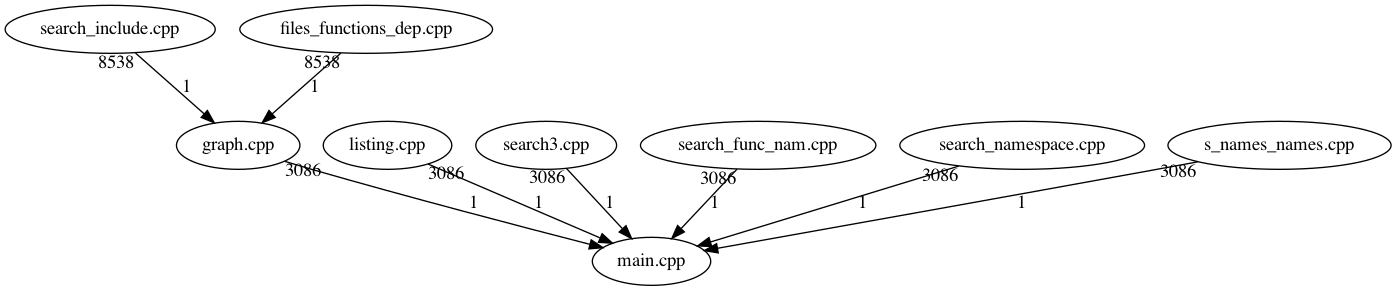
ZychDev/Zak_Io_Project keeps this Graphviz diagram as folder/pliki.dot.png. Above is the earlier version. Its source is kept beside it as folder/pliki.dot. The source it was exported from:
```dot
digraph files_graph
{
"search_include.cpp"->"graph.cpp"[taillabel = 8538][label = 1]
"files_functions_dep.cpp"->"graph.cpp"[taillabel = 8538][label = 1]
"graph.cpp"->"main.cpp"[taillabel = 3086][label = 1]
"listing.cpp"->"main.cpp"[taillabel = 3086][label = 1]
"search3.cpp"->"main.cpp"[taillabel = 3086][label = 1]
"search_func_nam.cpp"->"main.cpp"[taillabel = 3086][label = 1]
"search_namespace.cpp"->"main.cpp"[taillabel = 3086][label = 1]
"s_names_names.cpp"->"main.cpp"[taillabel = 3086][label = 1]
}
```
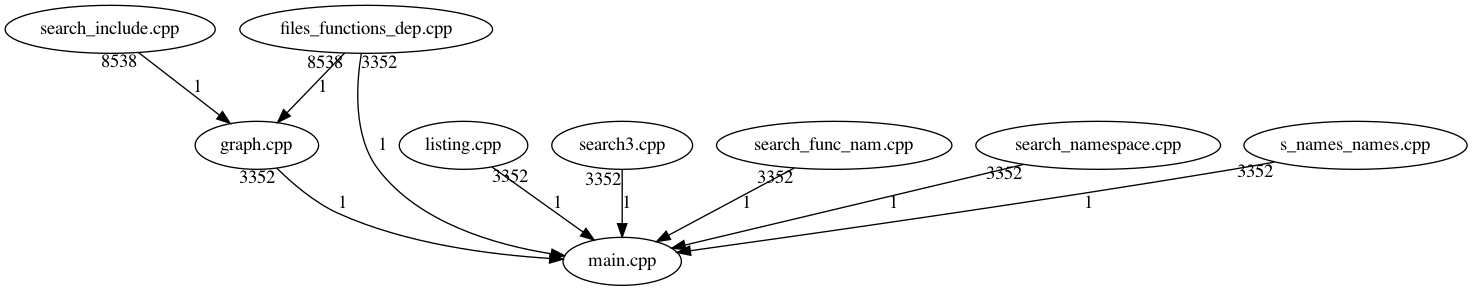
After the commit.

What changed in the source:
```diff
@@ -2,10 +2,11 @@
 {
 "search_include.cpp"->"graph.cpp"[taillabel = 8538][label = 1]
 "files_functions_dep.cpp"->"graph.cpp"[taillabel = 8538][label = 1]
-"graph.cpp"->"main.cpp"[taillabel = 3086][label = 1]
-"listing.cpp"->"main.cpp"[taillabel = 3086][label = 1]
-"search3.cpp"->"main.cpp"[taillabel = 3086][label = 1]
-"search_func_nam.cpp"->"main.cpp"[taillabel = 3086][label = 1]
-"search_namespace.cpp"->"main.cpp"[taillabel = 3086][label = 1]
-"s_names_names.cpp"->"main.cpp"[taillabel = 3086][label = 1]
+"graph.cpp"->"main.cpp"[taillabel = 3352][label = 1]
+"listing.cpp"->"main.cpp"[taillabel = 3352][label = 1]
+"search3.cpp"->"main.cpp"[taillabel = 3352][label = 1]
+"search_func_nam.cpp"->"main.cpp"[taillabel = 3352][label = 1]
+"search_namespace.cpp"->"main.cpp"[taillabel = 3352][label = 1]
+"s_names_names.cpp"->"main.cpp"[taillabel = 3352][label = 1]
+"files_functions_dep.cpp"->"main.cpp"[taillabel = 3352][label = 1]
 }
```
